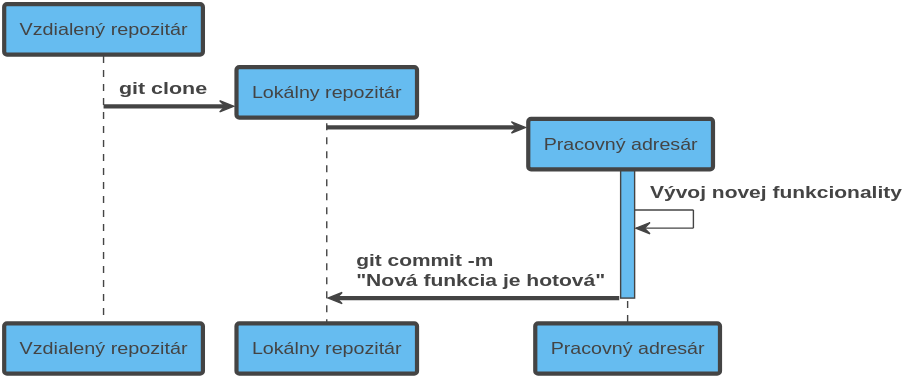
Before: diagrams/out/git_work_flow.svg, a diagram exported from PlantUML (hudikm/TrafficCounterDemo).
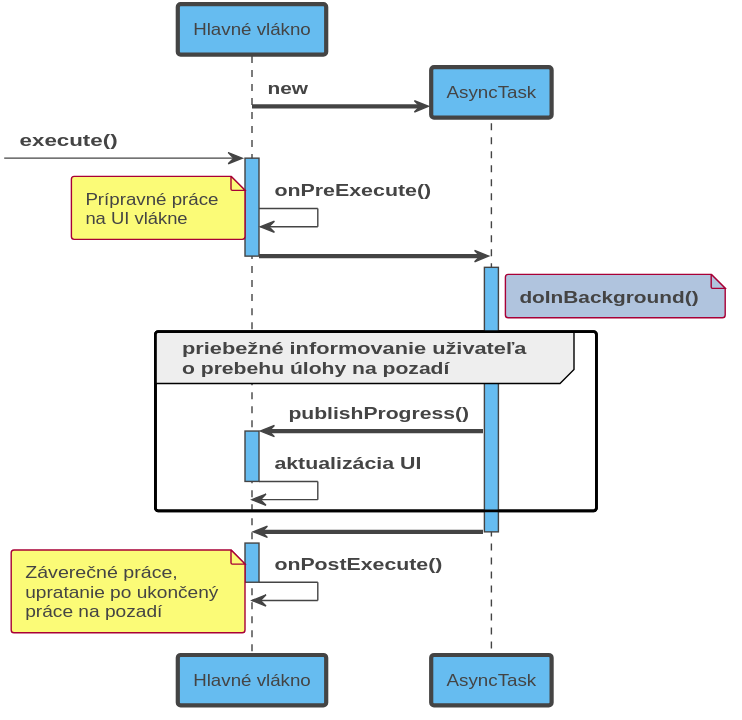
Above is the later version.

Change to the diagram source:
```diff
@@ -1,180 +1,199 @@
 @startuml
 !pragma teoz true
+!define BG_MAIN_COLOR      #66BCF0
+!define BG_SECONDARY_COLOR #B4BCBE
+!define BG_PACKAGE_COLOR   #eeb291
+!define BORDER_COLOR       #444444
+!define FONT_COLOR         #444444
 
 
+!define BORDER_THICKNESS 3
 
 skinparam Padding 4
 skinparam RoundCorner 4
 skinparam Shadowing false
 
 skinparam Default {
-  FontColor #444444
+  FontColor FONT_COLOR
   FontSize 12
 }
 
 skinparam Arrow {
-  Color #444444
-  FontColor #444444
+  Color FONT_COLOR
+  FontColor FONT_COLOR
   FontStyle Bold
 }
 
 skinparam activityDiamond {
-  BackgroundColor #66BCF0
-  BorderColor #444444
-  FontColor #444444
+  BackgroundColor BG_MAIN_COLOR
+  BorderColor BORDER_COLOR
+  FontColor FONT_COLOR
 }
 
 skinparam activity {
-  BackgroundColor #66BCF0
-  BorderColor #444444
-  FontColor #444444
+  BackgroundColor BG_MAIN_COLOR
+  BorderColor BORDER_COLOR
+  FontColor FONT_COLOR
 }
 
 skinparam package {
-  FontColor #444444
-  BackgroundColor #66BCF0
-  BorderColor #444444
+  FontColor FONT_COLOR
+  BackgroundColor BG_MAIN_COLOR
+  BorderColor BORDER_COLOR
 }
 skinparam node {
-  FontColor #444444
-  BackgroundColor #eeb291
-  BorderColor #444444
+  FontColor FONT_COLOR
+  BackgroundColor BG_PACKAGE_COLOR
+  BorderColor BORDER_COLOR
 }
 skinparam component {
-  BackgroundColor #66BCF0
-  BorderColor #444444
-  FontColor #444444
+  BackgroundColor BG_MAIN_COLOR
+  BorderColor BORDER_COLOR
+  FontColor FONT_COLOR
   Style uml2
 }
 
 skinparam database {
-  BackgroundColor #66BCF0
-  BorderColor #444444
-  FontColor #444444
+  BackgroundColor BG_MAIN_COLOR
+  BorderColor BORDER_COLOR
+  FontColor FONT_COLOR
 }
 
 skinparam cloud {
-  BackgroundColor #66BCF0
-  BorderColor #444444
-  FontColor #444444
+  BackgroundColor BG_MAIN_COLOR
+  BorderColor BORDER_COLOR
+  FontColor FONT_COLOR
 }
 
 skinparam collections {
-  BackgroundColor #66BCF0
-  BorderColor #444444
-  FontColor #444444
+  BackgroundColor BG_MAIN_COLOR
+  BorderColor BORDER_COLOR
+  FontColor FONT_COLOR
 }
 skinparam Control {
-  BackgroundColor #66BCF0
-  BorderColor #444444
-  FontColor #444444
+  BackgroundColor BG_MAIN_COLOR
+  BorderColor BORDER_COLOR
+  FontColor FONT_COLOR
 }
 skinparam Boundary {
-  BackgroundColor #66BCF0
-  BorderColor #444444
-  FontColor #444444
+  BackgroundColor BG_MAIN_COLOR
+  BorderColor BORDER_COLOR
+  FontColor FONT_COLOR
 }
 skinparam Entity {
-  BackgroundColor #66BCF0
-  BorderColor #444444
-  FontColor #444444
+  BackgroundColor BG_MAIN_COLOR
+  BorderColor BORDER_COLOR
+  FontColor FONT_COLOR
 }
 skinparam interface {
-  BackgroundColor #66BCF0
-  BorderColor #444444
-  FontColor #444444
+  BackgroundColor BG_MAIN_COLOR
+  BorderColor BORDER_COLOR
+  FontColor FONT_COLOR
 }
 skinparam SequenceParticipantBorderThickness 3
 skinparam sequence {
-  ParticipantBackgroundColor #66BCF0
-  ParticipantBorderColor #444444
+  ParticipantBackgroundColor BG_MAIN_COLOR
+  ParticipantBorderColor BORDER_COLOR
   ParticipantFontStyle normal
-  ParticipantFontColor #444444
-  LifeLineBorderColor #444444
-  LifeLineBackgroundColor #66BCF0
-  ArrowColor #444444
-  ArrowBorderColor #444444
-  ArrowFontColor #444444
+  ParticipantFontColor FONT_COLOR
+  LifeLineBorderColor BORDER_COLOR
+  LifeLineBackgroundColor BG_MAIN_COLOR
+  ArrowColor FONT_COLOR
+  ArrowBorderColor BORDER_COLOR
+  ArrowFontColor FONT_COLOR
   ArrowThickness 3
-  ActorBackgroundColor #66BCF0
-  ActorBorderColor #444444
-  ActorFontColor #444444
+  ActorBackgroundColor BG_MAIN_COLOR
+  ActorBorderColor BORDER_COLOR
+  ActorFontColor FONT_COLOR
 }
 
 
 skinparam rectangle<<person>> {
-  StereotypeFontColor #444444
-  FontColor #444444
-  BackgroundColor #66BCF0
-  BorderColor #444444
-  BorderThickness 3
+  StereotypeFontColor FONT_COLOR
+  FontColor FONT_COLOR
+  BackgroundColor BG_MAIN_COLOR
+  BorderColor BORDER_COLOR
+  BorderThickness BORDER_THICKNESS
 }
 
 skinparam rectangle<<external_person>> {
-  StereotypeFontColor #444444
-  FontColor #444444
-  BackgroundColor #B4BCBE
-  BorderColor #444444
-  BorderThickness 3
+  StereotypeFontColor FONT_COLOR
+  FontColor FONT_COLOR
+  BackgroundColor BG_SECONDARY_COLOR
+  BorderColor BORDER_COLOR
+  BorderThickness BORDER_THICKNESS
 }
 
 skinparam rectangle<<system>> {
-  StereotypeFontColor #444444
-  FontColor #444444
-  BackgroundColor #66BCF0
-  BorderColor #444444
-  BorderThickness 3
+  StereotypeFontColor FONT_COLOR
+  FontColor FONT_COLOR
+  BackgroundColor BG_MAIN_COLOR
+  BorderColor BORDER_COLOR
+  BorderThickness BORDER_THICKNESS
 }
 
 skinparam rectangle<<external_system>> {
-  StereotypeFontColor #444444
-  FontColor #444444
-  BackgroundColor #B4BCBE
-  BorderColor #444444
-  BorderThickness 3
+  StereotypeFontColor FONT_COLOR
+  FontColor FONT_COLOR
+  BackgroundColor BG_SECONDARY_COLOR
+  BorderColor BORDER_COLOR
+  BorderThickness BORDER_THICKNESS
 }
 
 skinparam database<<system>> {
-  StereotypeFontColor #444444
-  FontColor #444444
-  BackgroundColor #66BCF0
-  BorderColor #444444
-  BorderThickness 3
+  StereotypeFontColor FONT_COLOR
+  FontColor FONT_COLOR
+  BackgroundColor BG_MAIN_COLOR
+  BorderColor BORDER_COLOR
+  BorderThickness BORDER_THICKNESS
 }
 
 skinparam database<<external_system>> {
-  StereotypeFontColor #444444
-  FontColor #444444
-  BackgroundColor #B4BCBE
-  BorderColor #444444
-  BorderThickness 3
+  StereotypeFontColor FONT_COLOR
+  FontColor FONT_COLOR
+  BackgroundColor BG_SECONDARY_COLOR
+  BorderColor BORDER_COLOR
+  BorderThickness BORDER_THICKNESS
 }
 
 skinparam rectangle<<boundary>> {
   Shadowing false
   StereotypeFontSize 0
-  BackgroundColor #eeb291
-  StereotypeFontColor #444444
-  FontColor #444444
-  BorderColor #444444
+  BackgroundColor BG_PACKAGE_COLOR
+  StereotypeFontColor FONT_COLOR
+  FontColor FONT_COLOR
+  BorderColor BORDER_COLOR
   BorderStyle dashed
-  BorderThickness 3
+  BorderThickness BORDER_THICKNESS
 }
 skinparam rectangle<<container>> {
   Shadowing false
   StereotypeFontSize 14
-  BackgroundColor #66BCF0
-  StereotypeFontColor #444444
-  FontColor #444444
-  BorderColor #444444
-  BorderThickness 3
+  BackgroundColor BG_MAIN_COLOR
+  StereotypeFontColor FONT_COLOR
+  FontColor FONT_COLOR
+  BorderColor BORDER_COLOR
+  BorderThickness BORDER_THICKNESS
 }
-participant "Vzdialený repozitár" as ExtGit
-create "Lokálny repozitár" as LocalGit
-ExtGit -> LocalGit: git clone
-create "Pracovný adresár" as WDir
-LocalGit -> WDir
-activate WDir
-WDir -> WDir:Vývoj novej funkcionality
-WDir -> LocalGit--: git commit -m\n"Nová funkcia je hotová"
+participant "Hlavné vlákno" as UI
+create "AsyncTask" as AT
+UI -> AT : new
+-> UI ++ : execute()
+UI->UI: onPreExecute()
+note left: Prípravné práce\nna UI vlákne
+UI->AT
+deactivate UI
+activate AT
+note right of AT #LightSteelBlue
+<b>doInBackground()</b>
+end note
+group priebežné informovanie uživateľa\no prebehu úlohy na pozadí
+AT -> UI++ :publishProgress()
+UI -> UI-- :aktualizácia UI
+end
+AT -> UI
+deactivate AT
+activate UI
+UI -> UI --: onPostExecute()
+note left: Záverečné práce,\nupratanie po ukončený\npráce na pozadí
 @enduml
```
